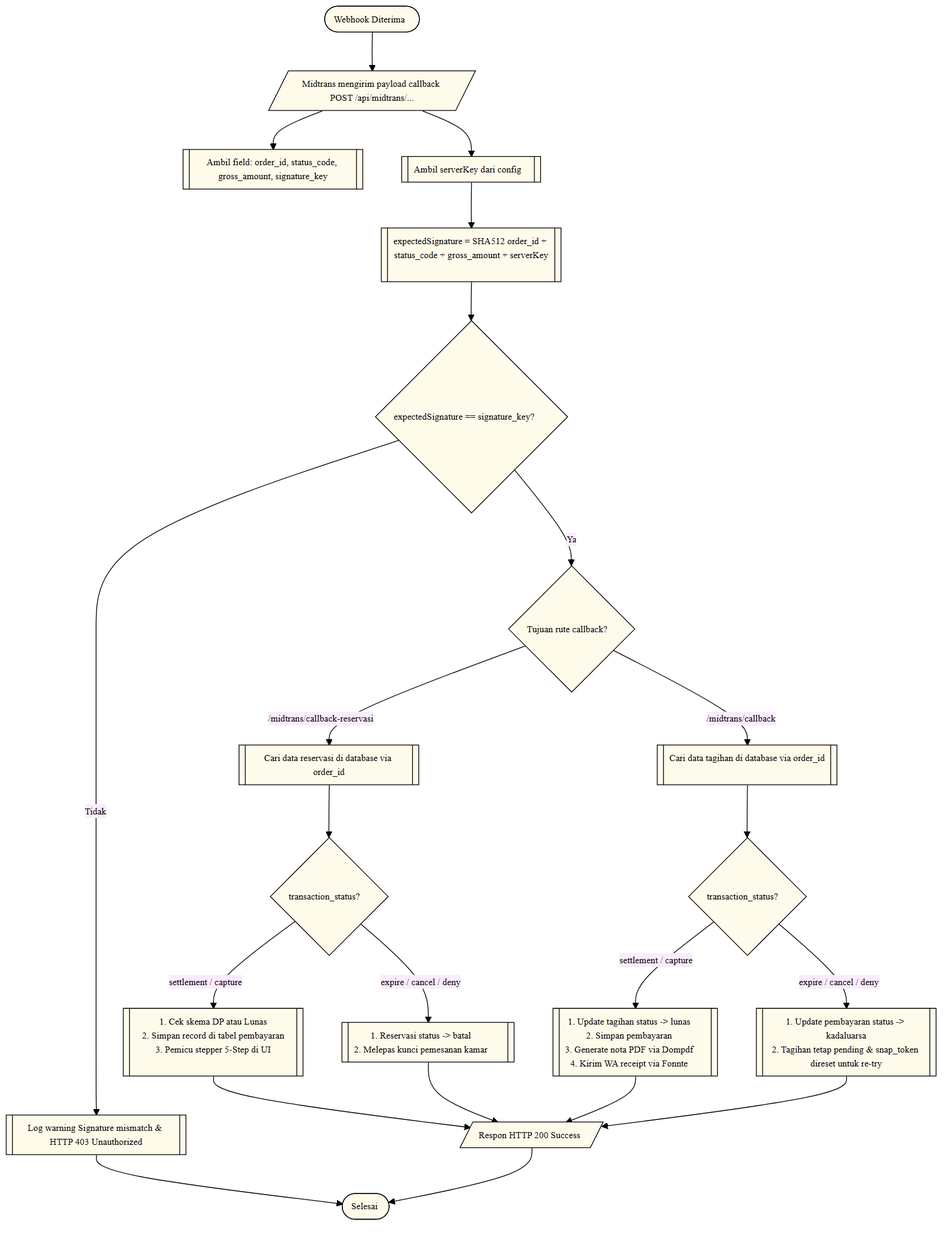
Earlier version of the Mermaid export Blueprint/flowchart/alur_webhook_midtrans.png (rafifarsyapradiva/asri-boarding-house). Its source is kept beside it as Blueprint/flowchart/alur_webhook_midtrans.mmd. The source it was exported from:
```mermaid
%%{init: {
  'theme': 'base',
  'themeVariables': {
    'primaryColor': '#FFFBEB',
    'primaryTextColor': '#000000',
    'primaryBorderColor': '#000000',
    'lineColor': '#000000',
    'fontSize': '12px',
    'fontFamily': 'Inter, system-ui, sans-serif'
  }
}}%%
flowchart TD
    Start([Webhook Diterima]) --> GetPayload[/Midtrans mengirim payload callback POST /api/midtrans/.../]
    GetPayload --> ExtractFields[[Ambil field: order_id, status_code, gross_amount, signature_key]]
    GetPayload --> LoadServerKey[[Ambil serverKey dari config]]

    LoadServerKey --> CalcSignature[[expectedSignature = SHA512 order_id + status_code + gross_amount + serverKey]]
    CalcSignature --> VerifySig{"expectedSignature == signature_key?"}

    VerifySig -- "Tidak" --> RejectSig[[Log warning Signature mismatch & HTTP 403 Unauthorized]]
    RejectSig --> Selesai([Selesai])

    VerifySig -- "Ya" --> RouteCallback{"Tujuan rute callback?"}

    RouteCallback -- "/midtrans/callback-reservasi" --> GetReservasi[[Cari data reservasi di database via order_id]]
    GetReservasi --> ReservasiStatus{"transaction_status?"}

    ReservasiStatus -- "settlement / capture" --> SetReservasiBayar[[1. Cek skema DP atau Lunas<br>2. Simpan record di tabel pembayaran<br>3. Pemicu stepper 5-Step di UI]]
    ReservasiStatus -- "expire / cancel / deny" --> SetReservasiBatal[[1. Reservasi status -> batal<br>2. Melepas kunci pemesanan kamar]]

    RouteCallback -- "/midtrans/callback" --> GetTagihan[[Cari data tagihan di database via order_id]]
    GetTagihan --> TagihanStatus{"transaction_status?"}

    TagihanStatus -- "settlement / capture" --> SetTagihanLunas[[1. Update tagihan status -> lunas<br>2. Simpan pembayaran<br>3. Generate nota PDF via Dompdf<br>4. Kirim WA receipt via Fonnte]]
    TagihanStatus -- "expire / cancel / deny" --> SetTagihanGagal[[1. Update pembayaran status -> kadaluarsa<br>2. Tagihan tetap pending & snap_token direset untuk re-try]]

    SetReservasiBayar --> ResponSuccess[/Respon HTTP 200 Success/]
    SetReservasiBatal --> ResponSuccess
    SetTagihanLunas --> ResponSuccess
    SetTagihanGagal --> ResponSuccess

    ResponSuccess --> Selesai
```
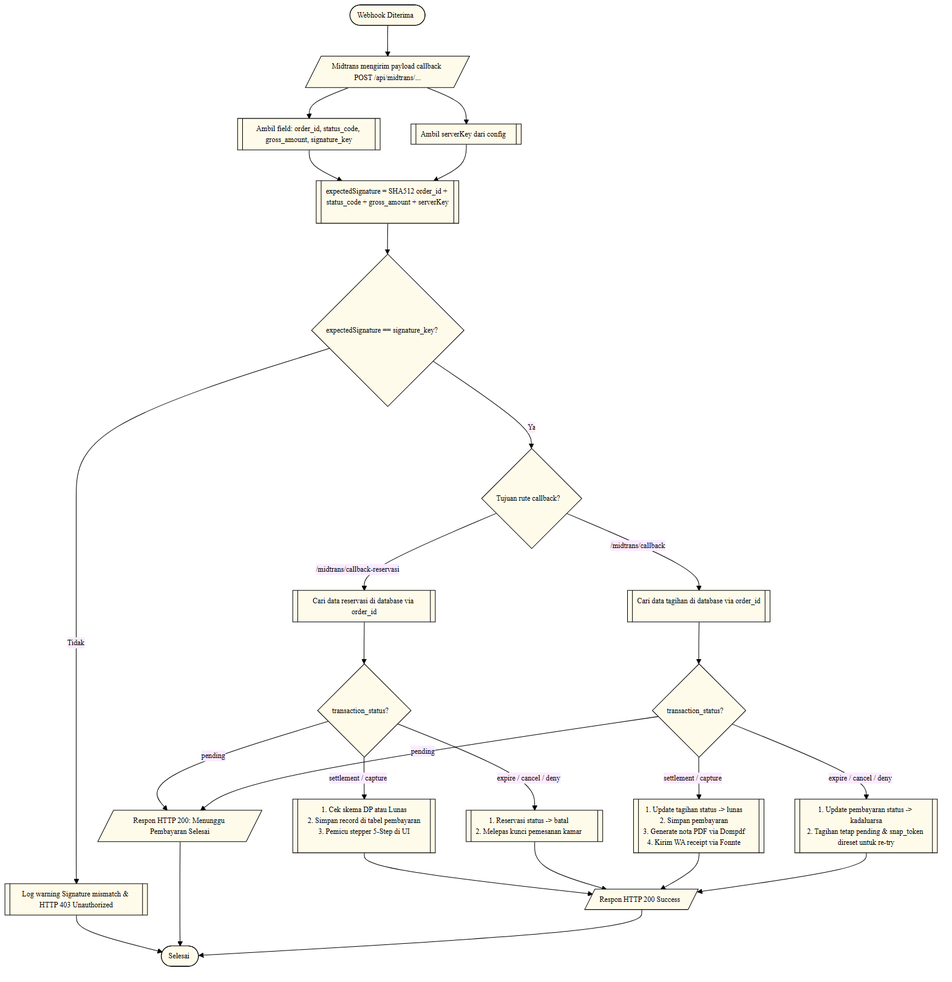
The same file after the commit.

What changed in the source:
```diff
@@ -14,7 +14,8 @@
     GetPayload --> ExtractFields[[Ambil field: order_id, status_code, gross_amount, signature_key]]
     GetPayload --> LoadServerKey[[Ambil serverKey dari config]]
 
-    LoadServerKey --> CalcSignature[[expectedSignature = SHA512 order_id + status_code + gross_amount + serverKey]]
+    ExtractFields --> CalcSignature[[expectedSignature = SHA512 order_id + status_code + gross_amount + serverKey]]
+    LoadServerKey --> CalcSignature
     CalcSignature --> VerifySig{"expectedSignature == signature_key?"}
 
     VerifySig -- "Tidak" --> RejectSig[[Log warning Signature mismatch & HTTP 403 Unauthorized]]
@@ -27,16 +28,19 @@
 
     ReservasiStatus -- "settlement / capture" --> SetReservasiBayar[[1. Cek skema DP atau Lunas<br>2. Simpan record di tabel pembayaran<br>3. Pemicu stepper 5-Step di UI]]
     ReservasiStatus -- "expire / cancel / deny" --> SetReservasiBatal[[1. Reservasi status -> batal<br>2. Melepas kunci pemesanan kamar]]
+    ReservasiStatus -- "pending" --> ResponPending[/Respon HTTP 200: Menunggu Pembayaran Selesai/]
 
     RouteCallback -- "/midtrans/callback" --> GetTagihan[[Cari data tagihan di database via order_id]]
     GetTagihan --> TagihanStatus{"transaction_status?"}
 
     TagihanStatus -- "settlement / capture" --> SetTagihanLunas[[1. Update tagihan status -> lunas<br>2. Simpan pembayaran<br>3. Generate nota PDF via Dompdf<br>4. Kirim WA receipt via Fonnte]]
     TagihanStatus -- "expire / cancel / deny" --> SetTagihanGagal[[1. Update pembayaran status -> kadaluarsa<br>2. Tagihan tetap pending & snap_token direset untuk re-try]]
+    TagihanStatus -- "pending" --> ResponPending
 
     SetReservasiBayar --> ResponSuccess[/Respon HTTP 200 Success/]
     SetReservasiBatal --> ResponSuccess
     SetTagihanLunas --> ResponSuccess
     SetTagihanGagal --> ResponSuccess
+    ResponPending --> Selesai
 
     ResponSuccess --> Selesai
```
